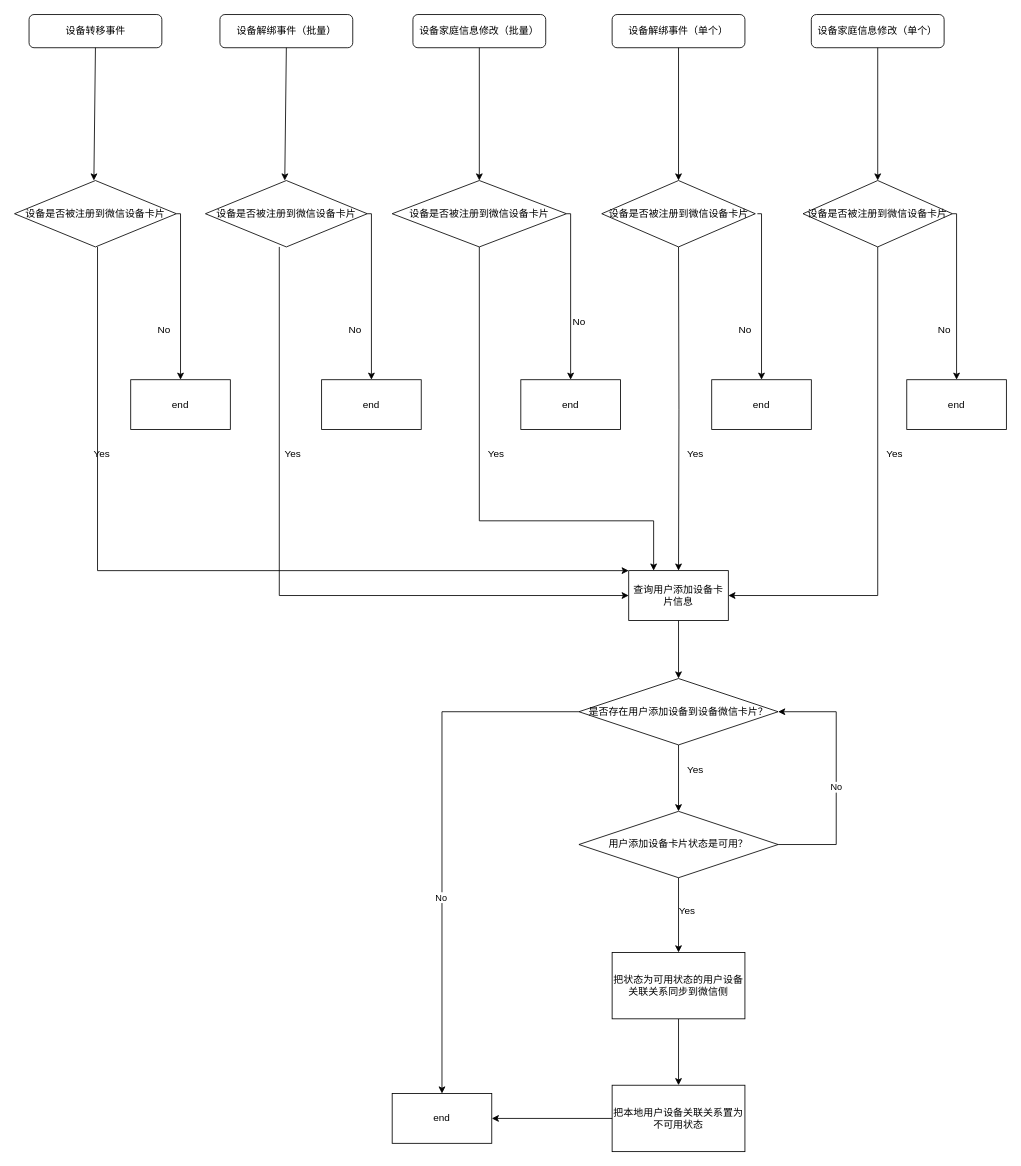
Above: page "设备状态变更新" (4 of 5) of 注销后撤回或被驳回.drawio in lizhenghui337/draw (draw.io), before the change. Source tidied: cells renumbered, new cells numbered last; positions are measured from the earlier drawing's top-left corner, leaving out a move shared by most shapes. Both pictures are drawn from the tidied source at 83%, with x=0, y=0 at pixel (14, 14).
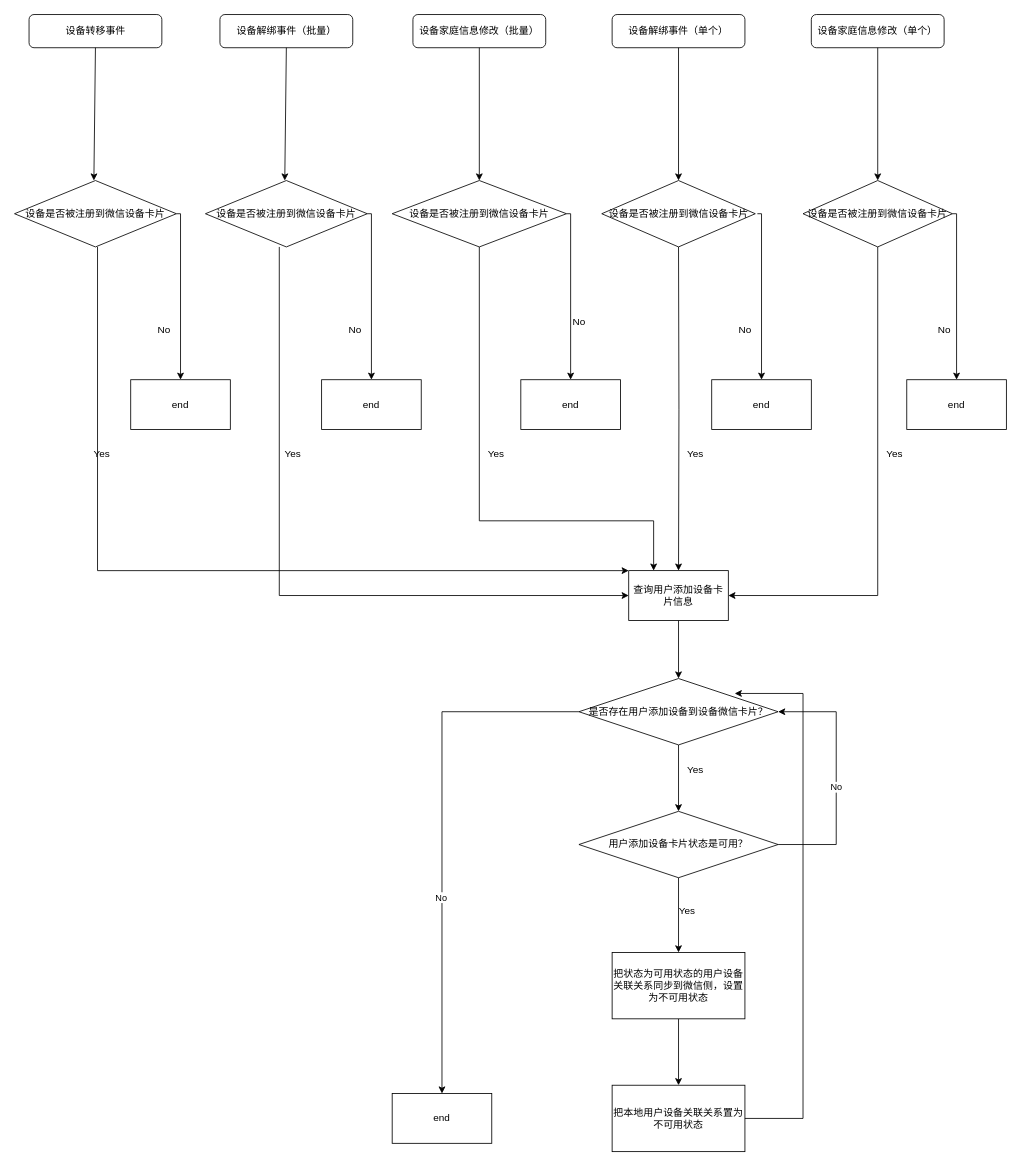
Above is the later version.

The change refers to these unchanged cells:
```xml
<mxCell id="37" value="把本地用户设备关联关系置为不可用状态" style="whiteSpace=wrap;html=1;" parent="1" vertex="1">
  <mxGeometry x="720" y="1290" width="160" height="80" as="geometry" />
</mxCell>
<mxCell id="41" value="是否存在用户添加设备到设备微信卡片？" style="rhombus;whiteSpace=wrap;html=1;" parent="1" vertex="1">
  <mxGeometry x="680" y="800" width="240" height="80" as="geometry" />
</mxCell>
<mxCell id="43" value="end" style="whiteSpace=wrap;html=1;" parent="1" vertex="1">
  <mxGeometry x="455" y="1300" width="120" height="60" as="geometry" />
</mxCell>
```

What changed in the source:
```diff
@@
-    <mxCell id="35" value="把状态为可用状态的用户设备关联关系同步到微信侧" style="whiteSpace=wrap;html=1;" parent="1" vertex="1">
+    <mxCell id="35" value="把状态为可用状态的用户设备关联关系同步到微信侧，设置为不可用状态" style="whiteSpace=wrap;html=1;" parent="1" vertex="1">
       <mxGeometry x="720" y="1130" width="160" height="80" as="geometry" />
     </mxCell>
@@
-    <mxCell id="44" style="endArrow=classic;html=1;rounded=0;entryX=1;entryY=0.5;entryDx=0;entryDy=0;exitX=0;exitY=0.5;exitDx=0;exitDy=0;" parent="1" edge="1" source="37" target="43">
-      <mxGeometry relative="1" as="geometry" />
-    </mxCell>
@@
+    <mxCell id="59" style="endArrow=classic;html=1;rounded=0;exitX=1;exitY=0.5;exitDx=0;exitDy=0;entryX=0.782;entryY=0.225;entryDx=0;entryDy=0;entryPerimeter=0;" parent="1" edge="1" source="37" target="41">
+      <mxGeometry relative="1" as="geometry">
+        <Array as="points">
+          <mxPoint x="950" y="1330" />
+          <mxPoint x="950" y="818" />
+        </Array>
+      </mxGeometry>
+    </mxCell>
```
